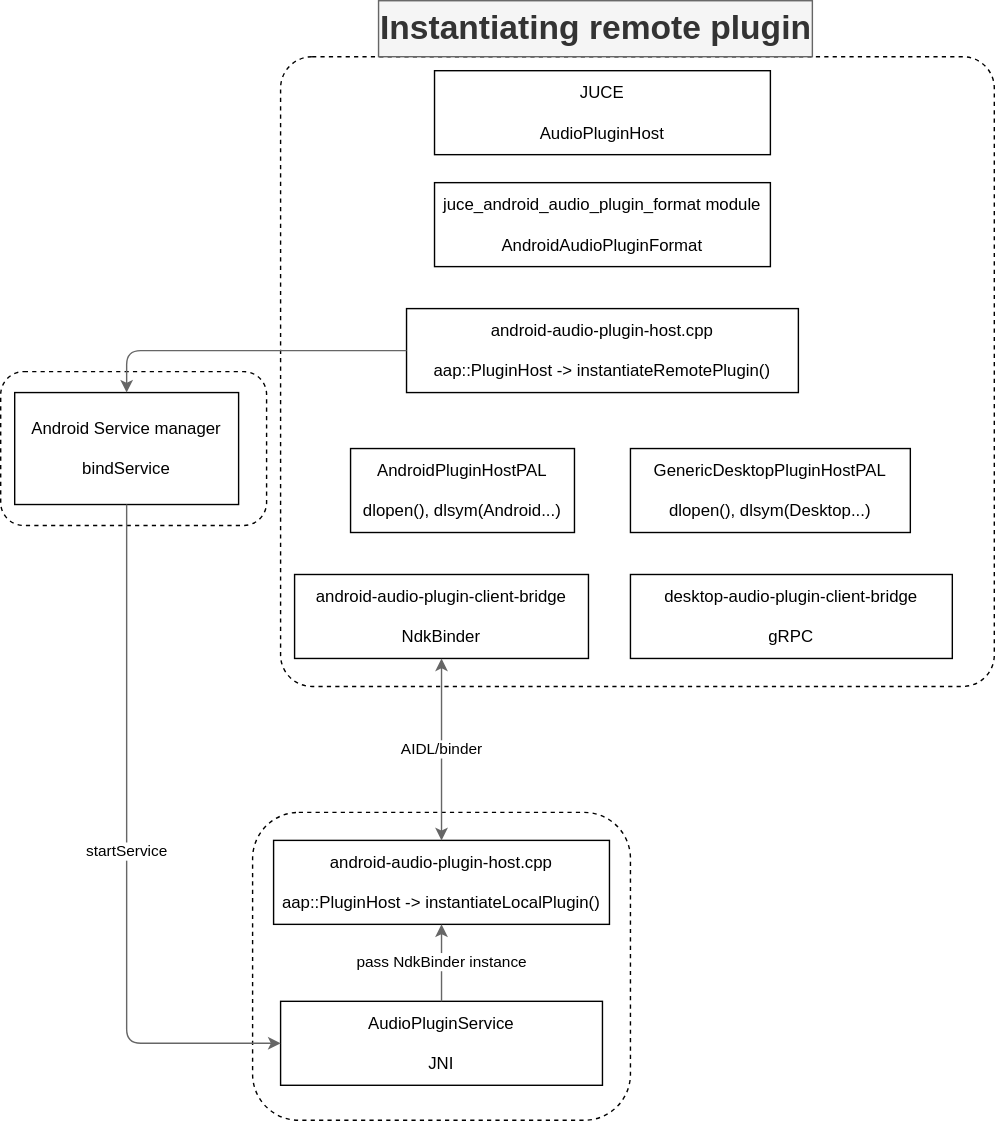
atsushieno/aap-core keeps this draw.io diagram as docs/images/aap-components.drawio.svg. Above is the earlier version. Source tidied: cells renumbered, new cells last; positions are measured from the earlier drawing's top-left corner, leaving out a move shared by most shapes.
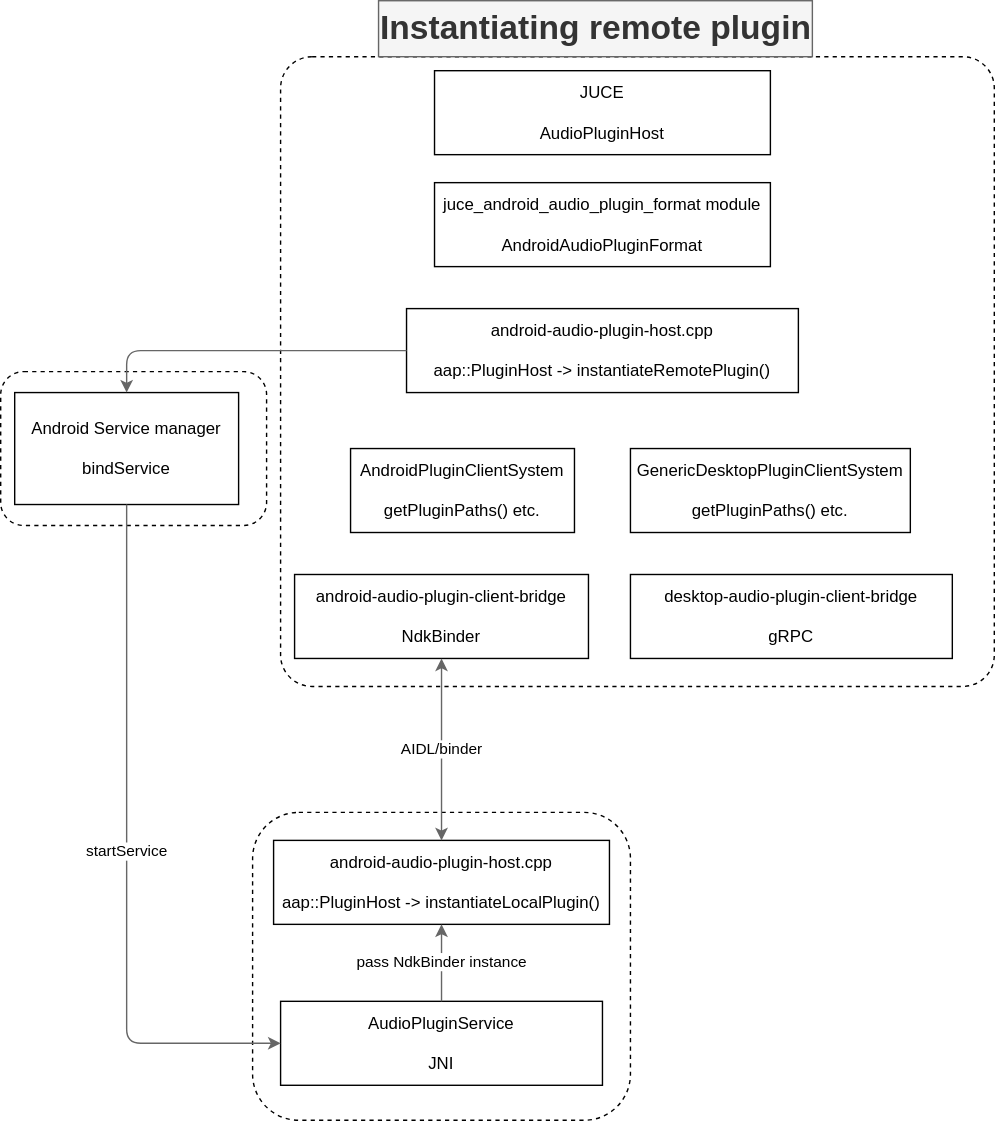
Above is the later version.

What changed in the source:
```diff
@@ -20,10 +20,10 @@
     <mxCell id="7" value="android-audio-plugin-host.cpp&lt;br&gt;&lt;br&gt;aap::PluginHost -&amp;gt; instantiateRemotePlugin()" style="rounded=0;whiteSpace=wrap;html=1;" parent="1" vertex="1">
       <mxGeometry x="290" y="220" width="280" height="60" as="geometry" />
     </mxCell>
-    <mxCell id="8" value="AndroidPluginHostPAL&lt;br&gt;&lt;br&gt;dlopen(), dlsym(Android...)" style="rounded=0;whiteSpace=wrap;html=1;" parent="1" vertex="1">
+    <mxCell id="8" value="AndroidPluginClientSystem&lt;br&gt;&lt;br&gt;getPluginPaths() etc." style="rounded=0;whiteSpace=wrap;html=1;" parent="1" vertex="1">
       <mxGeometry x="250" y="320" width="160" height="60" as="geometry" />
     </mxCell>
-    <mxCell id="9" value="GenericDesktopPluginHostPAL&lt;br&gt;&lt;br&gt;dlopen(), dlsym(Desktop...)" style="rounded=0;whiteSpace=wrap;html=1;" parent="1" vertex="1">
+    <mxCell id="9" value="GenericDesktopPluginClientSystem&lt;br&gt;&lt;br&gt;getPluginPaths() etc." style="rounded=0;whiteSpace=wrap;html=1;" parent="1" vertex="1">
       <mxGeometry x="450" y="320" width="200" height="60" as="geometry" />
     </mxCell>
     <mxCell id="10" value="android-audio-plugin-client-bridge&lt;br&gt;&lt;br&gt;NdkBinder" style="rounded=0;whiteSpace=wrap;html=1;" parent="1" vertex="1">
```
